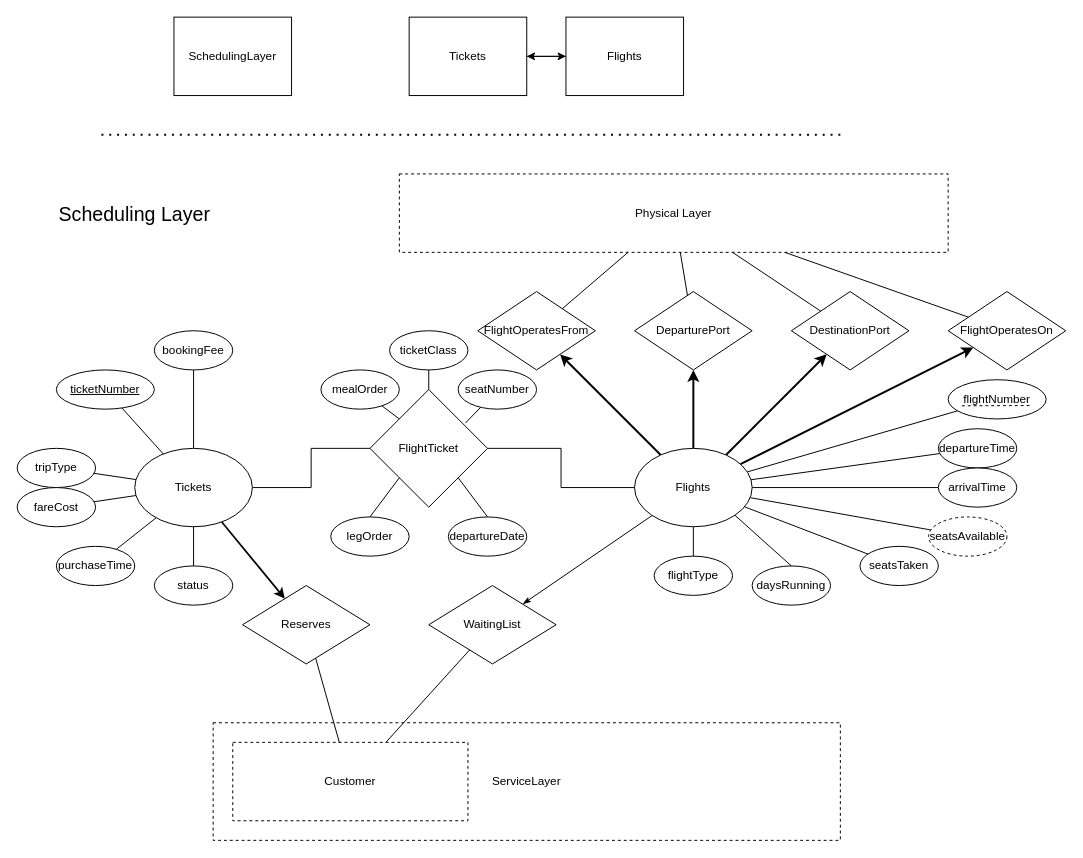
Before: page "SchedulingLayer" (4 of 7) of ERDiagram.drawio in kyle4036/DatabaseManagement2026Project1, a draw.io diagram. Source tidied: cells renumbered, new cells numbered last; positions are measured from the earlier drawing's top-left corner, leaving out a move shared by most shapes. Both pictures are drawn from the tidied source at 98%, with x=0, y=0 at pixel (17, 17).
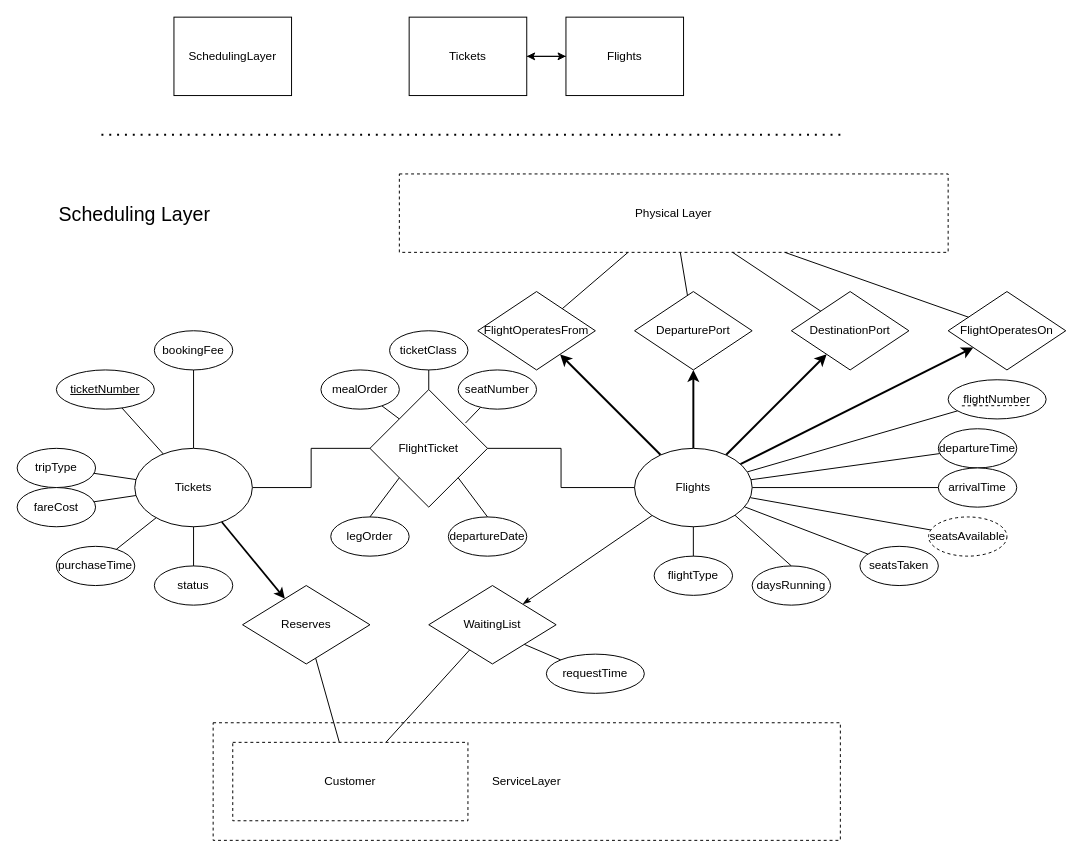
The same page after the edit.

Commit message (it also covers changes not shown here):
Add updated ER Diagram pdf and fix waitlist attribute not showing up in schedule layer

The change refers to these unchanged cells:
```xml
<mxCell id="44" value="WaitingList" style="rhombus;whiteSpace=wrap;html=1;" parent="1" vertex="1">
  <mxGeometry x="420" y="580" width="130" height="80" as="geometry" />
</mxCell>
```

What changed in the source:
```diff
@@
+    <mxCell id="74" value="requestTime" style="ellipse;whiteSpace=wrap;html=1;align=center;fontStyle=0;" parent="1" vertex="1">
+      <mxGeometry x="540" y="650" width="100" height="40" as="geometry" />
+    </mxCell>
+    <mxCell id="75" style="rounded=0;jettySize=auto;html=1;endArrow=none;endFill=0;exitX=1;exitY=1;exitDx=0;exitDy=0;entryX=0;entryY=0;entryDx=0;entryDy=0;" parent="1" edge="1" source="44" target="74">
+      <mxGeometry relative="1" as="geometry" />
+    </mxCell>
```
